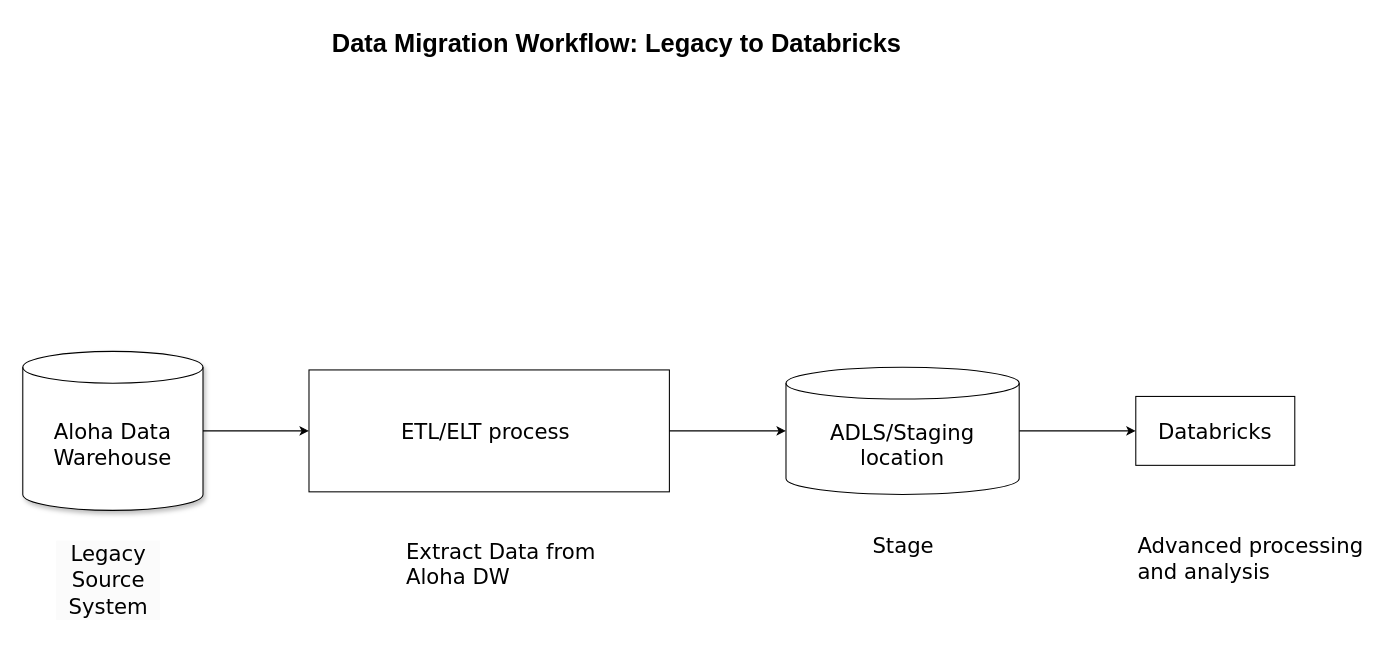
Keerthi-Rapolu/dbt_training keeps this draw.io diagram as macros/Untitled Diagram.drawio. Above is the earlier version. Source tidied: cells renumbered, new cells numbered last; positions are measured from the earlier drawing's top-left corner, leaving out a move shared by most shapes. Both pictures are drawn from the tidied source at 106%, with x=0, y=0 at pixel (22, 22).
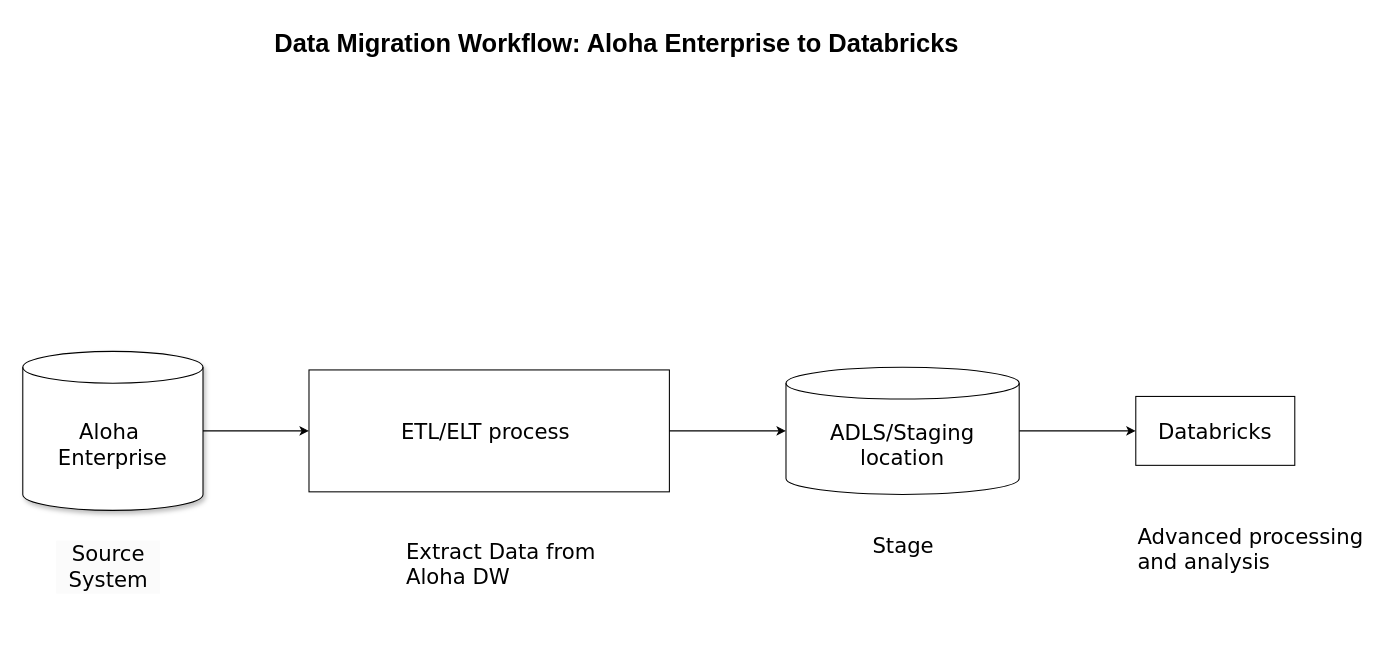
The same page after the edit.

What changed in the source:
```diff
@@
 <mxGraphModel>
   <root>
     <mxCell id="0" />
     <mxCell id="1" parent="0" />
-    <mxCell id="2" value="Data Migration Workflow: Legacy to Databricks" style="text;strokeColor=none;fillColor=none;html=1;fontSize=24;fontStyle=1;verticalAlign=middle;align=center;rounded=1;shadow=1;sketch=1;curveFitting=1;jiggle=2;" parent="1" vertex="1">
+    <mxCell id="2" value="Data Migration Workflow: Aloha Enterprise to Databricks" style="text;strokeColor=none;fillColor=none;html=1;fontSize=24;fontStyle=1;verticalAlign=middle;align=center;rounded=1;shadow=1;sketch=1;curveFitting=1;jiggle=2;" parent="1" vertex="1">
       <mxGeometry x="170" width="780" height="40" as="geometry" />
     </mxCell>
-    <mxCell id="3" value="&lt;h4&gt;&lt;font style=&quot;font-weight: normal;&quot; face=&quot;Verdana&quot;&gt;Aloha Data Warehouse&lt;/font&gt;&lt;/h4&gt;" style="shape=cylinder3;whiteSpace=wrap;html=1;boundedLbl=1;backgroundOutline=1;size=15;hachureGap=4;fontFamily=Architects Daughter;fontSize=20;shadow=1;" parent="1" vertex="1">
+    <mxCell id="3" value="&lt;h4&gt;&lt;span style=&quot;font-weight: normal;&quot;&gt;&lt;font face=&quot;Verdana&quot;&gt;Aloha&amp;nbsp; Enterprise&lt;/font&gt;&lt;/span&gt;&lt;/h4&gt;" style="shape=cylinder3;whiteSpace=wrap;html=1;boundedLbl=1;backgroundOutline=1;size=15;hachureGap=4;fontFamily=Architects Daughter;fontSize=20;shadow=1;" parent="1" vertex="1">
       <mxGeometry y="310" width="170" height="150" as="geometry" />
     </mxCell>
-    <mxCell id="4" value="&lt;h4 style=&quot;forced-color-adjust: none; color: rgb(0, 0, 0); font-family: &amp;quot;Architects Daughter&amp;quot;; font-size: 20px; font-style: normal; font-variant-ligatures: normal; font-variant-caps: normal; letter-spacing: normal; orphans: 2; text-align: center; text-indent: 0px; text-transform: none; widows: 2; word-spacing: 0px; -webkit-text-stroke-width: 0px; white-space: normal; background-color: rgb(251, 251, 251); text-decoration-thickness: initial; text-decoration-style: initial; text-decoration-color: initial;&quot;&gt;&lt;span style=&quot;forced-color-adjust: none; background-color: initial; font-family: Verdana; font-weight: normal;&quot;&gt;Legacy Source System&lt;/span&gt;&lt;/h4&gt;" style="text;whiteSpace=wrap;html=1;fontFamily=Architects Daughter;" parent="1" vertex="1">
+    <mxCell id="4" value="&lt;h4 style=&quot;forced-color-adjust: none; color: rgb(0, 0, 0); font-family: &amp;quot;Architects Daughter&amp;quot;; font-size: 20px; font-style: normal; font-variant-ligatures: normal; font-variant-caps: normal; letter-spacing: normal; orphans: 2; text-align: center; text-indent: 0px; text-transform: none; widows: 2; word-spacing: 0px; -webkit-text-stroke-width: 0px; white-space: normal; background-color: rgb(251, 251, 251); text-decoration-thickness: initial; text-decoration-style: initial; text-decoration-color: initial;&quot;&gt;&lt;span style=&quot;forced-color-adjust: none; background-color: initial; font-family: Verdana; font-weight: normal;&quot;&gt;Source System&lt;/span&gt;&lt;/h4&gt;" style="text;whiteSpace=wrap;html=1;fontFamily=Architects Daughter;" parent="1" vertex="1">
       <mxGeometry x="30" y="454.5" width="100" height="91" as="geometry" />
     </mxCell>
     <mxCell id="5" style="endArrow=classic;html=1;rounded=0;hachureGap=4;fontFamily=Architects Daughter;exitX=1;exitY=0.5;exitDx=0;exitDy=0;exitPerimeter=0;" parent="1" edge="1" source="3" target="6">
       <mxGeometry relative="1" as="geometry" />
     </mxCell>
     <mxCell id="6" value="&lt;font style=&quot;font-size: 20px;&quot; face=&quot;Verdana&quot;&gt;ETL/ELT&lt;font style=&quot;font-size: 20px;&quot;&gt;&amp;nbsp;process&amp;nbsp;&lt;/font&gt;&lt;/font&gt;" style="rounded=0;whiteSpace=wrap;html=1;hachureGap=4;fontFamily=Architects Daughter;" parent="1" vertex="1">
       <mxGeometry x="270" y="327.5" width="340" height="115" as="geometry" />
     </mxCell>
     <mxCell id="7" style="edgeStyle=orthogonalEdgeStyle;rounded=0;hachureGap=4;jettySize=auto;html=1;exitX=1;exitY=0.5;exitDx=0;exitDy=0;exitPerimeter=0;entryX=0;entryY=0.5;entryDx=0;entryDy=0;fontFamily=Architects Daughter;" parent="1" edge="1" source="8" target="9">
       <mxGeometry relative="1" as="geometry" />
     </mxCell>
     <mxCell id="8" value="&lt;font style=&quot;font-size: 20px;&quot; face=&quot;Verdana&quot;&gt;ADLS/Staging location&lt;/font&gt;" style="shape=cylinder3;whiteSpace=wrap;html=1;boundedLbl=1;backgroundOutline=1;size=15;hachureGap=4;fontFamily=Architects Daughter;" parent="1" vertex="1">
       <mxGeometry x="720" y="325" width="220" height="120" as="geometry" />
     </mxCell>
     <mxCell id="9" value="&lt;font face=&quot;Verdana&quot; style=&quot;font-size: 20px;&quot;&gt;Databricks&lt;/font&gt;" style="rounded=0;whiteSpace=wrap;html=1;hachureGap=4;fontFamily=Architects Daughter;" parent="1" vertex="1">
       <mxGeometry x="1050" y="352.5" width="150" height="65" as="geometry" />
     </mxCell>
     <mxCell id="10" style="edgeStyle=orthogonalEdgeStyle;rounded=0;hachureGap=4;jettySize=auto;html=1;entryX=0;entryY=0.5;entryDx=0;entryDy=0;entryPerimeter=0;fontFamily=Architects Daughter;" parent="1" edge="1" source="6" target="8">
       <mxGeometry relative="1" as="geometry" />
     </mxCell>
     <mxCell id="11" value="&lt;font face=&quot;Verdana&quot; style=&quot;font-size: 20px;&quot;&gt;Advanced processing and analysis&lt;/font&gt;" style="text;whiteSpace=wrap;html=1;fontFamily=Architects Daughter;" parent="1" vertex="1">
-      <mxGeometry x="1050" y="474.5" width="220" height="80" as="geometry" />
+      <mxGeometry x="1050" y="465.5" width="220" height="80" as="geometry" />
     </mxCell>
     <mxCell id="12" value="&lt;font style=&quot;font-size: 20px;&quot; face=&quot;Verdana&quot;&gt;Extract Data from Aloha DW&lt;/font&gt;" style="text;whiteSpace=wrap;html=1;fontFamily=Architects Daughter;" parent="1" vertex="1">
       <mxGeometry x="360" y="480" width="200" height="40" as="geometry" />
     </mxCell>
     <mxCell id="13" value="&lt;font style=&quot;font-size: 20px;&quot; face=&quot;Verdana&quot;&gt;Stage&lt;/font&gt;" style="text;whiteSpace=wrap;html=1;fontFamily=Architects Daughter;" parent="1" vertex="1">
       <mxGeometry x="800" y="474.5" width="130" height="40" as="geometry" />
     </mxCell>
   </root>
 </mxGraphModel>
```
